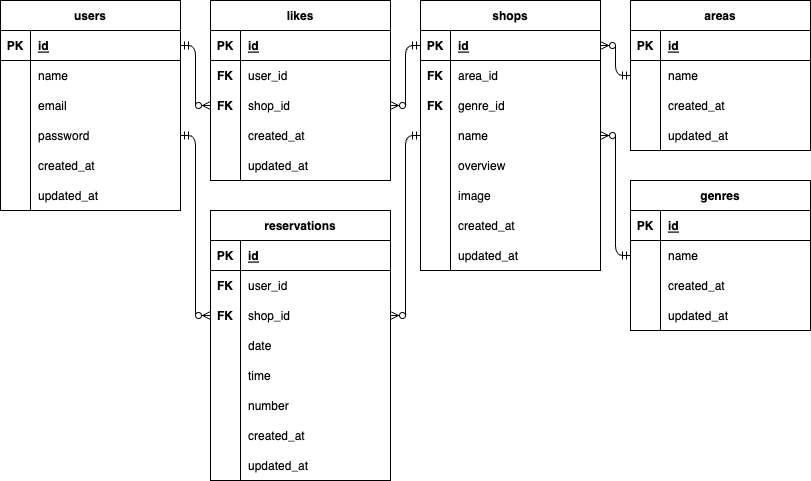
Above: er.drawio.png in Naganuma-Mai/rese (draw.io), before the change. Source tidied: cells renumbered, new cells last; positions are measured from the earlier drawing's top-left corner, leaving out a move shared by most shapes.
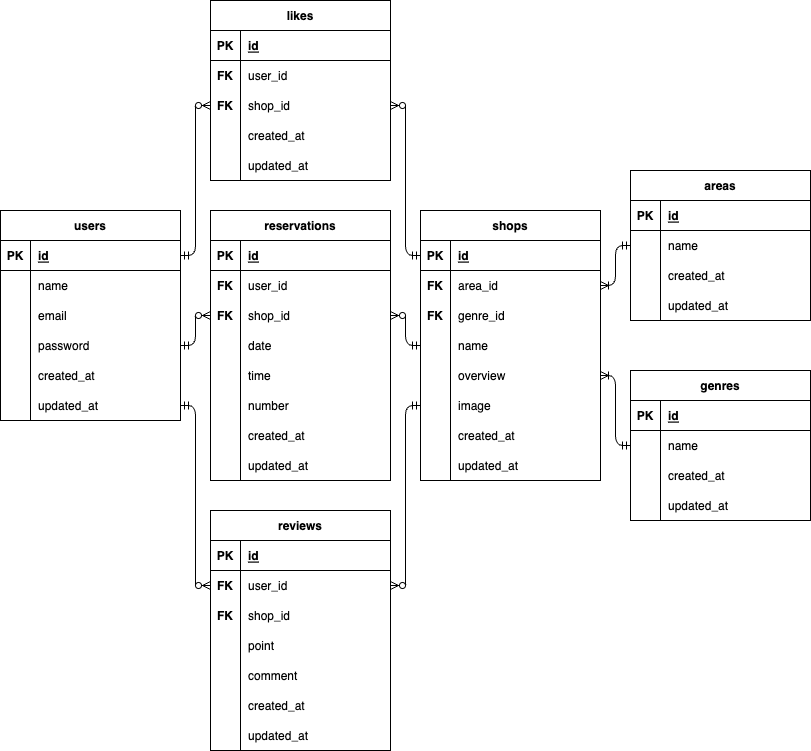
After the change.

Diff of the diagram source:
```diff
@@ -3,7 +3,7 @@
     <mxCell id="0" />
     <mxCell id="1" parent="0" />
     <mxCell id="2" value="shops" style="shape=table;startSize=30;rowLines=0;fontStyle=1;align=center;" parent="1" vertex="1">
-      <mxGeometry x="420" width="180" height="270" as="geometry" />
+      <mxGeometry x="420" y="210" width="180" height="270" as="geometry" />
     </mxCell>
     <mxCell id="3" style="shape=tableRow;horizontal=0;startSize=0;swimlaneHead=0;swimlaneBody=0;fillColor=none;points=[[0,0.5],[1,0.5]];portConstraint=eastwest;top=0;left=0;right=0;bottom=1;" parent="2" vertex="1">
       <mxGeometry y="30" width="180" height="30" as="geometry" />
@@ -78,7 +78,7 @@
       <mxGeometry x="30" width="150" height="30" as="geometry" />
     </mxCell>
     <mxCell id="27" value="users" style="shape=table;startSize=30;rowLines=0;fontStyle=1;align=center;" parent="1" vertex="1">
-      <mxGeometry width="180" height="210" as="geometry" />
+      <mxGeometry y="210" width="180" height="210" as="geometry" />
     </mxCell>
     <mxCell id="28" style="shape=tableRow;horizontal=0;startSize=0;swimlaneHead=0;swimlaneBody=0;fillColor=none;points=[[0,0.5],[1,0.5]];portConstraint=eastwest;top=0;left=0;right=0;bottom=1;" parent="27" vertex="1">
       <mxGeometry y="30" width="180" height="30" as="geometry" />
@@ -138,7 +138,7 @@
       <mxGeometry relative="1" as="geometry" />
     </mxCell>
     <mxCell id="47" value="areas" style="shape=table;startSize=30;rowLines=0;fontStyle=1;align=center;" parent="1" vertex="1">
-      <mxGeometry x="630" width="180" height="150" as="geometry" />
+      <mxGeometry x="630" y="170" width="180" height="150" as="geometry" />
     </mxCell>
     <mxCell id="48" style="shape=tableRow;horizontal=0;startSize=0;swimlaneHead=0;swimlaneBody=0;fillColor=none;top=0;left=0;right=0;bottom=1;" parent="47" vertex="1">
       <mxGeometry y="30" width="180" height="30" as="geometry" />
@@ -177,7 +177,7 @@
       <mxGeometry x="30" width="150" height="30" as="geometry" />
     </mxCell>
     <mxCell id="60" value="genres" style="shape=table;startSize=30;rowLines=0;fontStyle=1;align=center;" parent="1" vertex="1">
-      <mxGeometry x="630" y="180" width="180" height="150" as="geometry" />
+      <mxGeometry x="630" y="370" width="180" height="150" as="geometry" />
     </mxCell>
     <mxCell id="61" style="shape=tableRow;horizontal=0;startSize=0;swimlaneHead=0;swimlaneBody=0;fillColor=none;top=0;left=0;right=0;bottom=1;" parent="60" vertex="1">
       <mxGeometry y="30" width="180" height="30" as="geometry" />
@@ -341,7 +341,7 @@
     <mxCell id="114" style="edgeStyle=orthogonalEdgeStyle;html=1;exitX=0;exitY=0.5;exitDx=0;exitDy=0;entryX=1;entryY=0.5;entryDx=0;entryDy=0;startArrow=ERmandOne;startFill=0;endArrow=ERzeroToMany;endFill=0;" parent="1" edge="1" source="3" target="80">
       <mxGeometry relative="1" as="geometry" />
     </mxCell>
-    <mxCell id="115" style="edgeStyle=orthogonalEdgeStyle;html=1;exitX=1;exitY=0.5;exitDx=0;exitDy=0;entryX=0;entryY=0.5;entryDx=0;entryDy=0;startArrow=ERzeroToMany;startFill=0;endArrow=ERmandOne;endFill=0;" parent="1" edge="1" source="12" target="64">
+    <mxCell id="115" style="edgeStyle=orthogonalEdgeStyle;html=1;exitX=1;exitY=0.5;exitDx=0;exitDy=0;entryX=0;entryY=0.5;entryDx=0;entryDy=0;startArrow=ERoneToMany;startFill=0;endArrow=ERmandOne;endFill=0;" parent="1" edge="1" source="15" target="64">
       <mxGeometry relative="1" as="geometry" />
     </mxCell>
     <mxCell id="116" style="edgeStyle=orthogonalEdgeStyle;html=1;exitX=1;exitY=0.5;exitDx=0;exitDy=0;entryX=0;entryY=0.5;entryDx=0;entryDy=0;startArrow=ERzeroToMany;startFill=0;endArrow=ERmandOne;endFill=0;" parent="1" edge="1" source="96" target="12">
@@ -350,8 +350,80 @@
     <mxCell id="117" style="edgeStyle=orthogonalEdgeStyle;html=1;exitX=0;exitY=0.5;exitDx=0;exitDy=0;entryX=1;entryY=0.5;entryDx=0;entryDy=0;startArrow=ERzeroToMany;startFill=0;endArrow=ERmandOne;endFill=0;" parent="1" edge="1" source="80" target="28">
       <mxGeometry relative="1" as="geometry" />
     </mxCell>
-    <mxCell id="118" style="edgeStyle=orthogonalEdgeStyle;html=1;exitX=1;exitY=0.5;exitDx=0;exitDy=0;entryX=0;entryY=0.5;entryDx=0;entryDy=0;startArrow=ERzeroToMany;startFill=0;endArrow=ERmandOne;endFill=0;" parent="1" edge="1" source="3" target="51">
+    <mxCell id="118" style="edgeStyle=orthogonalEdgeStyle;html=1;exitX=1;exitY=0.5;exitDx=0;exitDy=0;entryX=0;entryY=0.5;entryDx=0;entryDy=0;startArrow=ERoneToMany;startFill=0;endArrow=ERmandOne;endFill=0;" parent="1" edge="1" source="6" target="51">
       <mxGeometry relative="1" as="geometry" />
     </mxCell>
+    <mxCell id="119" value="reviews" style="shape=table;startSize=30;rowLines=0;fontStyle=1;align=center;" parent="1" vertex="1">
+      <mxGeometry x="210" y="510" width="180" height="240" as="geometry" />
+    </mxCell>
+    <mxCell id="120" style="shape=tableRow;horizontal=0;startSize=0;swimlaneHead=0;swimlaneBody=0;fillColor=none;top=0;left=0;right=0;bottom=1;" parent="119" vertex="1">
+      <mxGeometry y="30" width="180" height="30" as="geometry" />
+    </mxCell>
+    <mxCell id="121" value="PK" style="shape=partialRectangle;fillColor=none;top=0;left=0;bottom=0;right=0;fontStyle=1;overflow=hidden;" parent="120" vertex="1">
+      <mxGeometry width="30" height="30" as="geometry" />
+    </mxCell>
+    <mxCell id="122" value="id" style="shape=partialRectangle;fillColor=none;top=0;left=0;bottom=0;right=0;align=left;spacingLeft=6;fontStyle=5;overflow=hidden;" parent="120" vertex="1">
+      <mxGeometry x="30" width="150" height="30" as="geometry" />
+    </mxCell>
+    <mxCell id="123" style="shape=tableRow;horizontal=0;startSize=0;swimlaneHead=0;swimlaneBody=0;fillColor=none;points=[[0,0.5],[1,0.5]];portConstraint=eastwest;top=0;left=0;right=0;bottom=0;" parent="119" vertex="1">
+      <mxGeometry y="60" width="180" height="30" as="geometry" />
+    </mxCell>
+    <mxCell id="124" value="FK" style="shape=partialRectangle;fillColor=none;top=0;left=0;bottom=0;right=0;overflow=hidden;fontStyle=1;" parent="123" vertex="1">
+      <mxGeometry width="30" height="30" as="geometry" />
+    </mxCell>
+    <mxCell id="125" value="user_id" style="shape=partialRectangle;fillColor=none;top=0;left=0;bottom=0;right=0;align=left;spacingLeft=6;overflow=hidden;" parent="123" vertex="1">
+      <mxGeometry x="30" width="150" height="30" as="geometry" />
+    </mxCell>
+    <mxCell id="126" style="shape=tableRow;horizontal=0;startSize=0;swimlaneHead=0;swimlaneBody=0;fillColor=none;top=0;left=0;right=0;bottom=0;" parent="119" vertex="1">
+      <mxGeometry y="90" width="180" height="30" as="geometry" />
+    </mxCell>
+    <mxCell id="127" value="FK" style="shape=partialRectangle;fillColor=none;top=0;left=0;bottom=0;right=0;overflow=hidden;fontStyle=1;" parent="126" vertex="1">
+      <mxGeometry width="30" height="30" as="geometry" />
+    </mxCell>
+    <mxCell id="128" value="shop_id" style="shape=partialRectangle;fillColor=none;top=0;left=0;bottom=0;right=0;align=left;spacingLeft=6;overflow=hidden;" parent="126" vertex="1">
+      <mxGeometry x="30" width="150" height="30" as="geometry" />
+    </mxCell>
+    <mxCell id="129" style="shape=tableRow;horizontal=0;startSize=0;swimlaneHead=0;swimlaneBody=0;fillColor=none;top=0;left=0;right=0;bottom=0;" parent="119" vertex="1">
+      <mxGeometry y="120" width="180" height="30" as="geometry" />
+    </mxCell>
+    <mxCell id="130" style="shape=partialRectangle;fillColor=none;top=0;left=0;bottom=0;right=0;overflow=hidden;" parent="129" vertex="1">
+      <mxGeometry width="30" height="30" as="geometry" />
+    </mxCell>
+    <mxCell id="131" value="point" style="shape=partialRectangle;fillColor=none;top=0;left=0;bottom=0;right=0;align=left;spacingLeft=6;overflow=hidden;" parent="129" vertex="1">
+      <mxGeometry x="30" width="150" height="30" as="geometry" />
+    </mxCell>
+    <mxCell id="132" style="shape=tableRow;horizontal=0;startSize=0;swimlaneHead=0;swimlaneBody=0;fillColor=none;top=0;left=0;right=0;bottom=0;" parent="119" vertex="1">
+      <mxGeometry y="150" width="180" height="30" as="geometry" />
+    </mxCell>
+    <mxCell id="133" style="shape=partialRectangle;fillColor=none;top=0;left=0;bottom=0;right=0;overflow=hidden;" parent="132" vertex="1">
+      <mxGeometry width="30" height="30" as="geometry" />
+    </mxCell>
+    <mxCell id="134" value="comment" style="shape=partialRectangle;fillColor=none;top=0;left=0;bottom=0;right=0;align=left;spacingLeft=6;overflow=hidden;" parent="132" vertex="1">
+      <mxGeometry x="30" width="150" height="30" as="geometry" />
+    </mxCell>
+    <mxCell id="135" style="shape=tableRow;horizontal=0;startSize=0;swimlaneHead=0;swimlaneBody=0;fillColor=none;top=0;left=0;right=0;bottom=0;" parent="119" vertex="1">
+      <mxGeometry y="180" width="180" height="30" as="geometry" />
+    </mxCell>
+    <mxCell id="136" style="shape=partialRectangle;fillColor=none;top=0;left=0;bottom=0;right=0;overflow=hidden;" parent="135" vertex="1">
+      <mxGeometry width="30" height="30" as="geometry" />
+    </mxCell>
+    <mxCell id="137" value="created_at" style="shape=partialRectangle;fillColor=none;top=0;left=0;bottom=0;right=0;align=left;spacingLeft=6;overflow=hidden;" parent="135" vertex="1">
+      <mxGeometry x="30" width="150" height="30" as="geometry" />
+    </mxCell>
+    <mxCell id="138" style="shape=tableRow;horizontal=0;startSize=0;swimlaneHead=0;swimlaneBody=0;fillColor=none;top=0;left=0;right=0;bottom=0;" parent="119" vertex="1">
+      <mxGeometry y="210" width="180" height="30" as="geometry" />
+    </mxCell>
+    <mxCell id="139" style="shape=partialRectangle;fillColor=none;top=0;left=0;bottom=0;right=0;overflow=hidden;" parent="138" vertex="1">
+      <mxGeometry width="30" height="30" as="geometry" />
+    </mxCell>
+    <mxCell id="140" value="updated_at" style="shape=partialRectangle;fillColor=none;top=0;left=0;bottom=0;right=0;align=left;spacingLeft=6;overflow=hidden;" parent="138" vertex="1">
+      <mxGeometry x="30" width="150" height="30" as="geometry" />
+    </mxCell>
+    <mxCell id="141" style="edgeStyle=orthogonalEdgeStyle;html=1;exitX=1;exitY=0.5;exitDx=0;exitDy=0;entryX=0;entryY=0.5;entryDx=0;entryDy=0;endArrow=ERmandOne;endFill=0;startArrow=ERzeroToMany;startFill=0;" parent="1" edge="1" source="123" target="18">
+      <mxGeometry relative="1" as="geometry" />
+    </mxCell>
+    <mxCell id="142" style="edgeStyle=orthogonalEdgeStyle;html=1;exitX=1;exitY=0.5;exitDx=0;exitDy=0;entryX=0;entryY=0.5;entryDx=0;entryDy=0;endArrow=ERzeroToMany;endFill=0;startArrow=ERmandOne;startFill=0;" parent="1" edge="1" source="43" target="123">
+      <mxGeometry relative="1" as="geometry" />
+    </mxCell>
   </root>
 </mxGraphModel>
```
